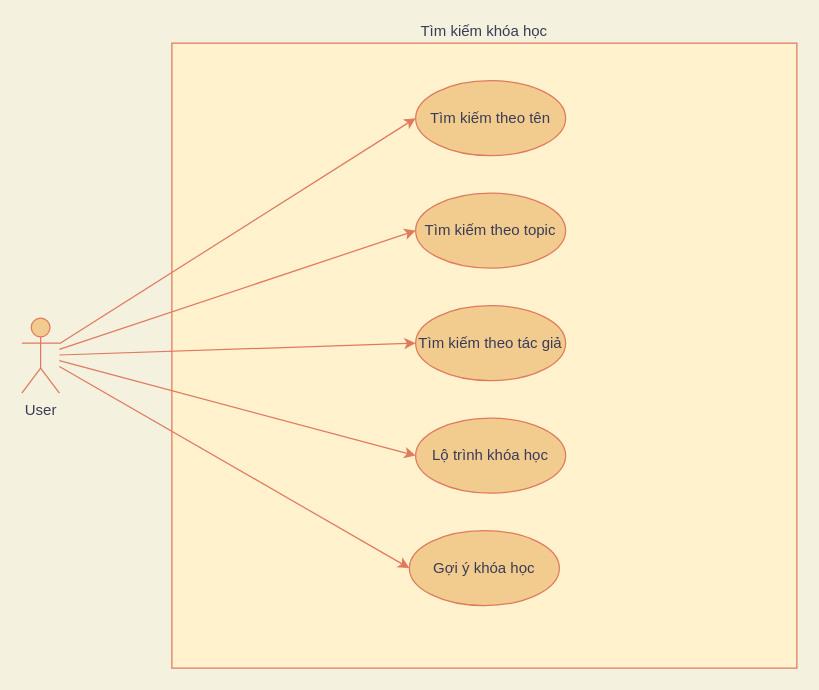
Before: page "viewlistcourse" (2 of 2) of docs/decomposition/authenticate.drawio in SownBanana/HUST-graduate-project, a draw.io diagram. Source tidied: cells renumbered, new cells numbered last; positions are measured from the earlier drawing's top-left corner, leaving out a move shared by most shapes. Both pictures are drawn from the tidied source at 125%, with x=0, y=0 at pixel (21, 42).
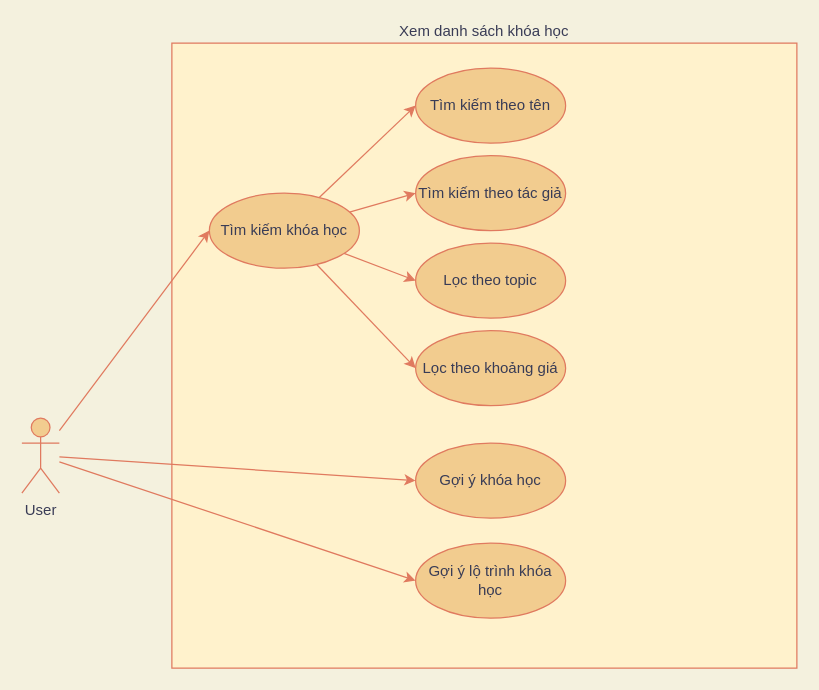
Above is the later version.

Commit message:
Update view courses

Diff of the diagram source:
```diff
@@
 <mxGraphModel background="#F4F1DE">
   <root>
     <mxCell id="0" />
     <mxCell id="1" parent="0" />
-    <mxCell id="2" value="Tìm kiếm khóa học" style="whiteSpace=wrap;html=1;rounded=0;sketch=0;strokeColor=#E07A5F;fontColor=#393C56;fillColor=#FFF2CC;labelPosition=center;verticalLabelPosition=top;align=center;verticalAlign=bottom;" parent="1" vertex="1">
+    <mxCell id="2" value="Xem danh sách khóa học" style="whiteSpace=wrap;html=1;rounded=0;sketch=0;strokeColor=#E07A5F;fontColor=#393C56;fillColor=#FFF2CC;labelPosition=center;verticalLabelPosition=top;align=center;verticalAlign=bottom;" parent="1" vertex="1">
       <mxGeometry x="120" width="500" height="500" as="geometry" />
     </mxCell>
-    <mxCell id="3" style="edgeStyle=none;rounded=1;sketch=0;jettySize=auto;html=1;entryX=0;entryY=0.5;entryDx=0;entryDy=0;strokeColor=#E07A5F;fillColor=#F2CC8F;fontColor=#393C56;" parent="1" edge="1" source="8" target="9">
-      <mxGeometry relative="1" as="geometry" />
-    </mxCell>
-    <mxCell id="4" style="edgeStyle=none;rounded=1;sketch=0;jettySize=auto;html=1;entryX=0;entryY=0.5;entryDx=0;entryDy=0;strokeColor=#E07A5F;fillColor=#F2CC8F;fontColor=#393C56;" parent="1" edge="1" source="8" target="10">
-      <mxGeometry relative="1" as="geometry" />
-    </mxCell>
+    <mxCell id="14" style="edgeStyle=none;rounded=1;sketch=0;jettySize=auto;html=1;entryX=0;entryY=0.5;entryDx=0;entryDy=0;strokeColor=#E07A5F;fillColor=#F2CC8F;fontColor=#393C56;" parent="1" edge="1" source="8" target="19">
+      <mxGeometry relative="1" as="geometry" />
+    </mxCell>
+    <mxCell id="7" style="edgeStyle=none;rounded=1;sketch=0;jettySize=auto;html=1;entryX=0;entryY=0.5;entryDx=0;entryDy=0;strokeColor=#E07A5F;fillColor=#F2CC8F;fontColor=#393C56;" parent="1" edge="1" source="8" target="13">
+      <mxGeometry relative="1" as="geometry" />
+    </mxCell>
     <mxCell id="5" style="edgeStyle=none;rounded=1;sketch=0;jettySize=auto;html=1;entryX=0;entryY=0.5;entryDx=0;entryDy=0;strokeColor=#E07A5F;fillColor=#F2CC8F;fontColor=#393C56;" parent="1" edge="1" source="8" target="12">
       <mxGeometry relative="1" as="geometry" />
     </mxCell>
-    <mxCell id="6" style="edgeStyle=none;rounded=1;sketch=0;jettySize=auto;html=1;entryX=0;entryY=0.5;entryDx=0;entryDy=0;strokeColor=#E07A5F;fillColor=#F2CC8F;fontColor=#393C56;" parent="1" edge="1" source="8" target="11">
-      <mxGeometry relative="1" as="geometry" />
-    </mxCell>
-    <mxCell id="7" style="rounded=1;sketch=0;jettySize=auto;html=1;entryX=0;entryY=0.5;entryDx=0;entryDy=0;strokeColor=#E07A5F;fillColor=#F2CC8F;fontColor=#393C56;" parent="1" edge="1" source="8" target="13">
-      <mxGeometry relative="1" as="geometry" />
-    </mxCell>
     <mxCell id="8" value="User" style="shape=umlActor;verticalLabelPosition=bottom;verticalAlign=top;html=1;outlineConnect=0;fillColor=#F2CC8F;strokeColor=#E07A5F;fontColor=#393C56;" parent="1" vertex="1">
-      <mxGeometry y="220" width="30" height="60" as="geometry" />
+      <mxGeometry y="300" width="30" height="60" as="geometry" />
     </mxCell>
-    <mxCell id="9" value="Tìm kiếm theo topic" style="ellipse;whiteSpace=wrap;html=1;rounded=0;sketch=0;strokeColor=#E07A5F;fillColor=#F2CC8F;fontColor=#393C56;" parent="1" vertex="1">
-      <mxGeometry x="315" y="120" width="120" height="60" as="geometry" />
+    <mxCell id="9" value="Lọc theo topic" style="ellipse;whiteSpace=wrap;html=1;rounded=0;sketch=0;strokeColor=#E07A5F;fillColor=#F2CC8F;fontColor=#393C56;" parent="1" vertex="1">
+      <mxGeometry x="315" y="160" width="120" height="60" as="geometry" />
     </mxCell>
     <mxCell id="10" value="Tìm kiếm theo tên" style="ellipse;whiteSpace=wrap;html=1;rounded=0;sketch=0;strokeColor=#E07A5F;fillColor=#F2CC8F;fontColor=#393C56;" parent="1" vertex="1">
-      <mxGeometry x="315" y="30" width="120" height="60" as="geometry" />
+      <mxGeometry x="315" y="20" width="120" height="60" as="geometry" />
     </mxCell>
     <mxCell id="11" value="Tìm kiếm theo tác giả" style="ellipse;whiteSpace=wrap;html=1;rounded=0;sketch=0;strokeColor=#E07A5F;fillColor=#F2CC8F;fontColor=#393C56;" parent="1" vertex="1">
-      <mxGeometry x="315" y="210" width="120" height="60" as="geometry" />
+      <mxGeometry x="315" y="90" width="120" height="60" as="geometry" />
     </mxCell>
-    <mxCell id="12" value="Lộ trình khóa học" style="ellipse;whiteSpace=wrap;html=1;rounded=0;sketch=0;strokeColor=#E07A5F;fillColor=#F2CC8F;fontColor=#393C56;" parent="1" vertex="1">
-      <mxGeometry x="315" y="300" width="120" height="60" as="geometry" />
+    <mxCell id="12" value="Gợi ý lộ trình khóa học" style="ellipse;whiteSpace=wrap;html=1;rounded=0;sketch=0;strokeColor=#E07A5F;fillColor=#F2CC8F;fontColor=#393C56;" parent="1" vertex="1">
+      <mxGeometry x="315" y="400" width="120" height="60" as="geometry" />
     </mxCell>
     <mxCell id="13" value="Gợi ý khóa học" style="ellipse;whiteSpace=wrap;html=1;rounded=0;sketch=0;strokeColor=#E07A5F;fillColor=#F2CC8F;fontColor=#393C56;" parent="1" vertex="1">
-      <mxGeometry x="310" y="390" width="120" height="60" as="geometry" />
+      <mxGeometry x="315" y="320" width="120" height="60" as="geometry" />
     </mxCell>
+    <mxCell id="15" style="edgeStyle=none;rounded=1;sketch=0;jettySize=auto;html=1;entryX=0;entryY=0.5;entryDx=0;entryDy=0;strokeColor=#E07A5F;fillColor=#F2CC8F;fontColor=#393C56;" parent="1" edge="1" source="19" target="10">
+      <mxGeometry relative="1" as="geometry" />
+    </mxCell>
+    <mxCell id="16" style="edgeStyle=none;rounded=1;sketch=0;jettySize=auto;html=1;entryX=0;entryY=0.5;entryDx=0;entryDy=0;strokeColor=#E07A5F;fillColor=#F2CC8F;fontColor=#393C56;" parent="1" edge="1" source="19" target="9">
+      <mxGeometry relative="1" as="geometry" />
+    </mxCell>
+    <mxCell id="17" style="edgeStyle=none;rounded=1;sketch=0;jettySize=auto;html=1;entryX=0;entryY=0.5;entryDx=0;entryDy=0;strokeColor=#E07A5F;fillColor=#F2CC8F;fontColor=#393C56;" parent="1" edge="1" source="19" target="11">
+      <mxGeometry relative="1" as="geometry" />
+    </mxCell>
+    <mxCell id="18" style="edgeStyle=none;rounded=1;sketch=0;jettySize=auto;html=1;entryX=0;entryY=0.5;entryDx=0;entryDy=0;strokeColor=#E07A5F;fillColor=#F2CC8F;fontColor=#393C56;" parent="1" edge="1" source="19" target="20">
+      <mxGeometry relative="1" as="geometry" />
+    </mxCell>
+    <mxCell id="19" value="Tìm kiếm khóa học" style="ellipse;whiteSpace=wrap;html=1;rounded=0;sketch=0;strokeColor=#E07A5F;fillColor=#F2CC8F;fontColor=#393C56;" parent="1" vertex="1">
+      <mxGeometry x="150" y="120" width="120" height="60" as="geometry" />
+    </mxCell>
+    <mxCell id="20" value="Lọc theo khoảng giá" style="ellipse;whiteSpace=wrap;html=1;rounded=0;sketch=0;strokeColor=#E07A5F;fillColor=#F2CC8F;fontColor=#393C56;" parent="1" vertex="1">
+      <mxGeometry x="315" y="230" width="120" height="60" as="geometry" />
+    </mxCell>
   </root>
 </mxGraphModel>
```
